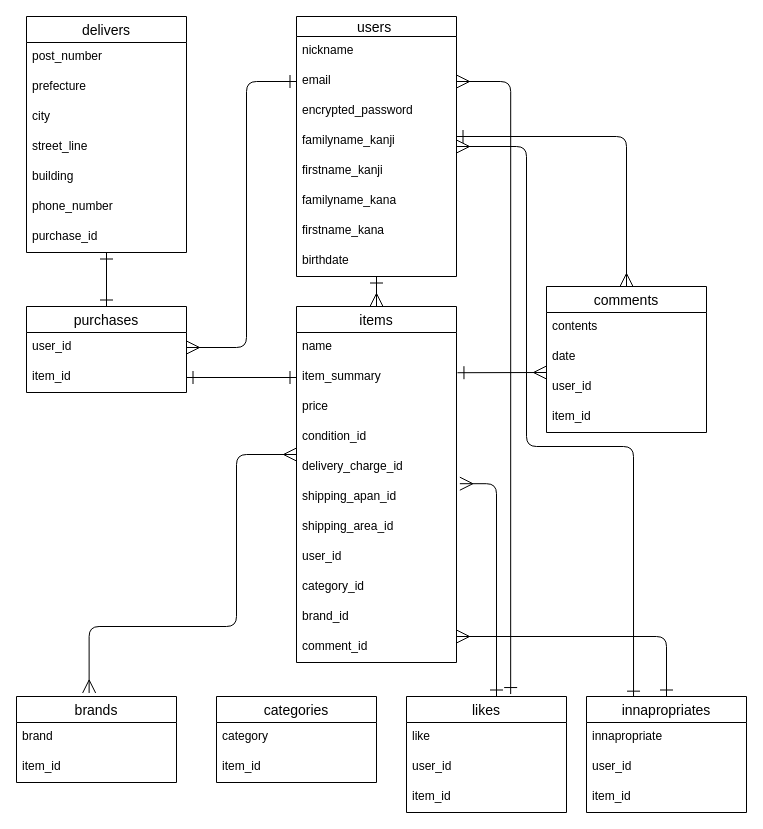
Above: ER.dio in eisuke-uefuji/furima-39759 (draw.io), before the change. Source tidied: cells renumbered, new cells numbered last; positions are measured from the earlier drawing's top-left corner, leaving out a move shared by most shapes. Both pictures are drawn from the tidied source at 100%, with x=0, y=0 at pixel (16, 16).
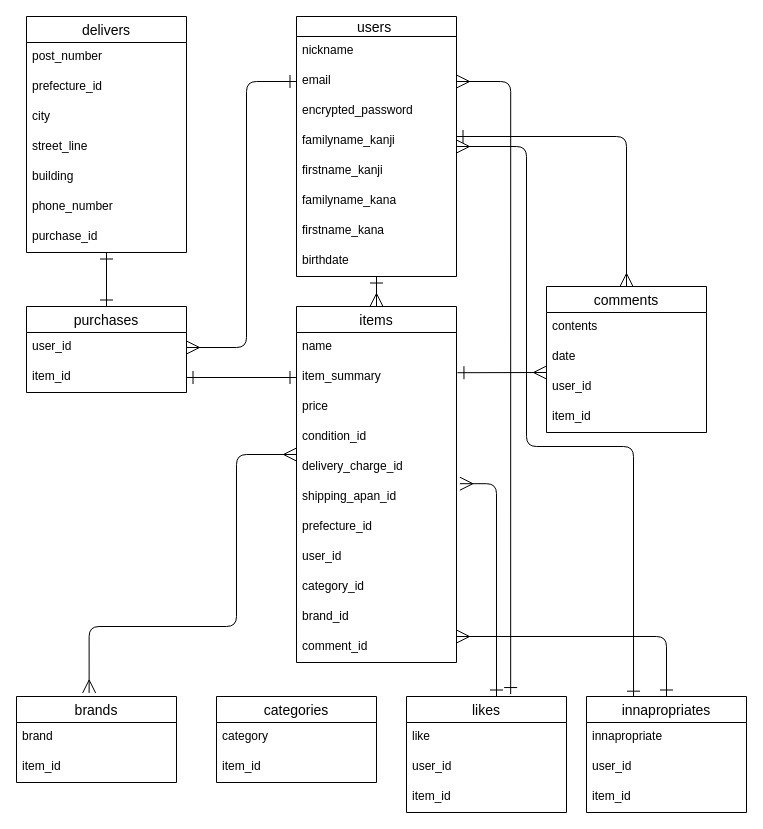
After the change.

The change refers to these unchanged cells:
```xml
<mxCell id="15" value="items" style="swimlane;fontStyle=0;horizontal=1;startSize=26;align=center;fontSize=14;" parent="1" vertex="1">
  <mxGeometry x="280" y="290" width="160" height="356" as="geometry" />
</mxCell>
<mxCell id="42" value="delivers" style="swimlane;fontStyle=0;horizontal=1;startSize=26;align=center;fontSize=14;" parent="1" vertex="1">
  <mxGeometry x="10" width="160" height="236" as="geometry" />
</mxCell>
```

Diff of the diagram source:
```diff
@@
-    <mxCell id="22" value="shipping_area_id" style="text;strokeColor=none;fillColor=none;spacingLeft=4;spacingRight=4;overflow=hidden;fontSize=12;" parent="15" vertex="1">
+    <mxCell id="22" value="prefecture_id" style="text;strokeColor=none;fillColor=none;spacingLeft=4;spacingRight=4;overflow=hidden;fontSize=12;" parent="15" vertex="1">
       <mxGeometry y="206" width="160" height="30" as="geometry" />
     </mxCell>
@@
-    <mxCell id="44" value="prefecture" style="text;strokeColor=none;fillColor=none;spacingLeft=4;spacingRight=4;overflow=hidden;fontSize=12;" parent="42" vertex="1">
+    <mxCell id="44" value="prefecture_id" style="text;strokeColor=none;fillColor=none;spacingLeft=4;spacingRight=4;overflow=hidden;fontSize=12;" parent="42" vertex="1">
       <mxGeometry y="56" width="160" height="30" as="geometry" />
     </mxCell>
```
